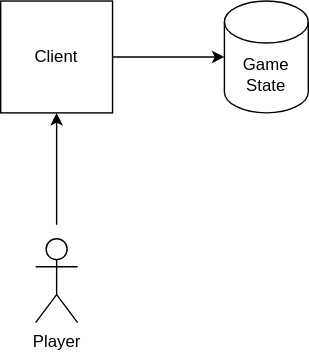
The draw.io diagram docs/img/gameStateFlow.drawio.svg in nimbusscale/dominant-species, before a commit. Source tidied: cells renumbered, new cells last; positions are measured from the earlier drawing's top-left corner, leaving out a move shared by most shapes. Source of this version:
```xml
<mxGraphModel>
  <root>
    <mxCell id="0" />
    <mxCell id="1" parent="0" />
    <mxCell id="2" value="Client" style="whiteSpace=wrap;html=1;" parent="1" vertex="1">
      <mxGeometry width="80" height="80" as="geometry" />
    </mxCell>
    <mxCell id="3" value="Player" style="shape=umlActor;verticalLabelPosition=bottom;verticalAlign=top;html=1;" parent="1" vertex="1">
      <mxGeometry x="25" y="170" width="30" height="60" as="geometry" />
    </mxCell>
    <mxCell id="4" style="endArrow=classic;html=1;rounded=0;entryX=0.5;entryY=1;entryDx=0;entryDy=0;" parent="1" edge="1" target="2">
      <mxGeometry relative="1" as="geometry">
        <mxPoint x="40" y="160" as="sourcePoint" />
      </mxGeometry>
    </mxCell>
    <mxCell id="5" value="&lt;div&gt;&lt;span style=&quot;background-color: initial;&quot;&gt;Game&lt;/span&gt;&lt;br&gt;&lt;/div&gt;&lt;div&gt;&lt;div&gt;State&lt;/div&gt;&lt;/div&gt;" style="shape=cylinder3;whiteSpace=wrap;html=1;boundedLbl=1;backgroundOutline=1;size=15;" parent="1" vertex="1">
      <mxGeometry x="160" width="60" height="80" as="geometry" />
    </mxCell>
    <mxCell id="6" style="endArrow=classic;html=1;rounded=0;exitX=1;exitY=0.5;exitDx=0;exitDy=0;entryX=0;entryY=0.5;entryDx=0;entryDy=0;entryPerimeter=0;" parent="1" edge="1" source="2" target="5">
      <mxGeometry relative="1" as="geometry" />
    </mxCell>
  </root>
</mxGraphModel>
```
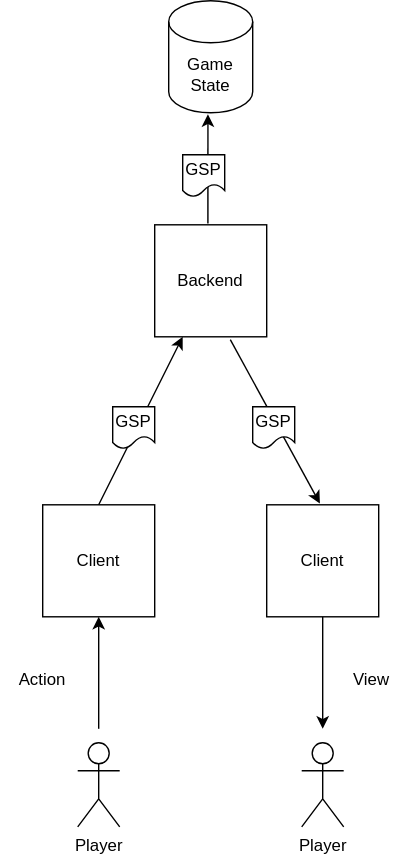
The same diagram one commit later.

The edit, as a diff of the source:
```diff
@@ -13,11 +13,46 @@
         <mxPoint x="40" y="160" as="sourcePoint" />
       </mxGeometry>
     </mxCell>
+    <mxCell id="7" value="Backend" style="whiteSpace=wrap;html=1;" parent="1" vertex="1">
+      <mxGeometry x="80" y="-200" width="80" height="80" as="geometry" />
+    </mxCell>
+    <mxCell id="8" value="Client" style="whiteSpace=wrap;html=1;" parent="1" vertex="1">
+      <mxGeometry x="160" width="80" height="80" as="geometry" />
+    </mxCell>
+    <mxCell id="9" value="Player" style="shape=umlActor;verticalLabelPosition=bottom;verticalAlign=top;html=1;" parent="1" vertex="1">
+      <mxGeometry x="185" y="170" width="30" height="60" as="geometry" />
+    </mxCell>
+    <mxCell id="10" style="endArrow=classic;html=1;rounded=0;exitX=0.5;exitY=1;exitDx=0;exitDy=0;" parent="1" edge="1" source="8">
+      <mxGeometry relative="1" as="geometry">
+        <mxPoint x="200" y="160" as="targetPoint" />
+      </mxGeometry>
+    </mxCell>
+    <mxCell id="11" value="Action" style="text;html=1;align=center;verticalAlign=middle;whiteSpace=wrap;rounded=0;" parent="1" vertex="1">
+      <mxGeometry x="-30" y="110" width="60" height="30" as="geometry" />
+    </mxCell>
+    <mxCell id="12" value="View" style="text;html=1;align=center;verticalAlign=middle;whiteSpace=wrap;rounded=0;" parent="1" vertex="1">
+      <mxGeometry x="205" y="110" width="60" height="30" as="geometry" />
+    </mxCell>
+    <mxCell id="13" style="endArrow=classic;html=1;rounded=0;exitX=0.5;exitY=0;exitDx=0;exitDy=0;entryX=0.25;entryY=1;entryDx=0;entryDy=0;" parent="1" edge="1" source="2" target="7">
+      <mxGeometry relative="1" as="geometry" />
+    </mxCell>
-    <mxCell id="5" value="&lt;div&gt;&lt;span style=&quot;background-color: initial;&quot;&gt;Game&lt;/span&gt;&lt;br&gt;&lt;/div&gt;&lt;div&gt;&lt;div&gt;State&lt;/div&gt;&lt;/div&gt;" style="shape=cylinder3;whiteSpace=wrap;html=1;boundedLbl=1;backgroundOutline=1;size=15;" parent="1" vertex="1">
-      <mxGeometry x="160" width="60" height="80" as="geometry" />
+    <mxCell id="5" value="Game&lt;div&gt;State&lt;/div&gt;" style="shape=cylinder3;whiteSpace=wrap;html=1;boundedLbl=1;backgroundOutline=1;size=15;" parent="1" vertex="1">
+      <mxGeometry x="90" y="-360" width="60" height="80" as="geometry" />
     </mxCell>
-    <mxCell id="6" style="endArrow=classic;html=1;rounded=0;exitX=1;exitY=0.5;exitDx=0;exitDy=0;entryX=0;entryY=0.5;entryDx=0;entryDy=0;entryPerimeter=0;" parent="1" edge="1" source="2" target="5">
-      <mxGeometry relative="1" as="geometry" />
-    </mxCell>
+    <mxCell id="14" value="GSP" style="shape=document;whiteSpace=wrap;html=1;boundedLbl=1;" parent="1" vertex="1">
+      <mxGeometry x="50" y="-70" width="30" height="30" as="geometry" />
+    </mxCell>
+    <mxCell id="15" style="endArrow=classic;html=1;rounded=0;exitX=0.475;exitY=-0.012;exitDx=0;exitDy=0;entryX=0.467;entryY=1.013;entryDx=0;entryDy=0;exitPerimeter=0;entryPerimeter=0;" parent="1" edge="1" source="7" target="5">
+      <mxGeometry relative="1" as="geometry" />
+    </mxCell>
+    <mxCell id="16" value="GSP" style="shape=document;whiteSpace=wrap;html=1;boundedLbl=1;" parent="1" vertex="1">
+      <mxGeometry x="100" y="-250" width="30" height="30" as="geometry" />
+    </mxCell>
+    <mxCell id="17" style="endArrow=classic;html=1;rounded=0;exitX=0.675;exitY=1.025;exitDx=0;exitDy=0;entryX=0.475;entryY=-0.012;entryDx=0;entryDy=0;exitPerimeter=0;entryPerimeter=0;" parent="1" edge="1" source="7" target="8">
+      <mxGeometry relative="1" as="geometry" />
+    </mxCell>
+    <mxCell id="18" value="GSP" style="shape=document;whiteSpace=wrap;html=1;boundedLbl=1;" parent="1" vertex="1">
+      <mxGeometry x="150" y="-70" width="30" height="30" as="geometry" />
+    </mxCell>
   </root>
 </mxGraphModel>
```
